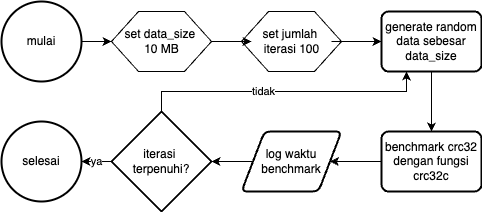
Before: assets/pics/code-flowchart/flowchart_crc32.png, a diagram exported from draw.io (ariqpradipa/skripsi). Source tidied: cells renumbered, new cells last; positions are measured from the earlier drawing's top-left corner, leaving out a move shared by most shapes.
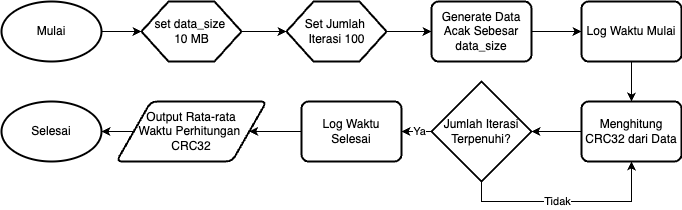
The same file after the commit.

What changed in the source:
```diff
@@ -2,68 +2,83 @@
   <root>
     <mxCell id="0" />
     <mxCell id="1" parent="0" />
-    <mxCell id="2" style="edgeStyle=orthogonalEdgeStyle;rounded=0;jettySize=auto;html=1;" parent="1" edge="1" source="3" target="6">
-      <mxGeometry relative="1" as="geometry" />
-    </mxCell>
-    <mxCell id="3" value="mulai" style="strokeWidth=2;html=1;shape=mxgraph.flowchart.start_2;whiteSpace=wrap;" parent="1" vertex="1">
-      <mxGeometry width="80" height="80" as="geometry" />
-    </mxCell>
-    <mxCell id="4" style="group;" parent="1" vertex="1">
-      <mxGeometry x="110" y="10" width="100" height="60" as="geometry" />
-    </mxCell>
-    <mxCell id="5" style="verticalLabelPosition=bottom;verticalAlign=top;html=1;shape=hexagon;perimeter=hexagonPerimeter2;arcSize=6;size=0.27;" parent="4" vertex="1">
-      <mxGeometry width="100" height="60" as="geometry" />
-    </mxCell>
+    <mxCell id="23" style="edgeStyle=orthogonalEdgeStyle;rounded=0;jettySize=auto;html=1;" parent="1" edge="1" source="24" target="6">
+      <mxGeometry relative="1" as="geometry" />
+    </mxCell>
+    <mxCell id="24" value="Mulai" style="strokeWidth=2;html=1;shape=mxgraph.flowchart.start_1;whiteSpace=wrap;" parent="1" vertex="1">
+      <mxGeometry x="40" y="80" width="100" height="60" as="geometry" />
+    </mxCell>
+    <mxCell id="25" style="group;" parent="1" vertex="1">
+      <mxGeometry x="180" y="80" width="100" height="60" as="geometry" />
+    </mxCell>
+    <mxCell id="26" style="verticalLabelPosition=bottom;verticalAlign=top;html=1;shape=hexagon;perimeter=hexagonPerimeter2;arcSize=6;size=0.27;strokeWidth=2;" parent="25" vertex="1">
+      <mxGeometry width="100" height="60" as="geometry" />
+    </mxCell>
-    <mxCell id="6" value="set data_size&amp;nbsp;&lt;div&gt;10 MB&lt;/div&gt;" style="text;html=1;align=center;verticalAlign=middle;points=[];strokeColor=none;fillColor=none;" parent="4" vertex="1">
+    <mxCell id="6" value="set data_size&amp;nbsp;&lt;div&gt;10 MB&lt;/div&gt;" style="text;html=1;align=center;verticalAlign=middle;points=[];strokeColor=none;fillColor=none;" parent="25" vertex="1">
       <mxGeometry y="10" width="100" height="40" as="geometry" />
     </mxCell>
-    <mxCell id="7" style="group;" parent="1" vertex="1">
-      <mxGeometry x="240" y="10" width="100" height="60" as="geometry" />
-    </mxCell>
-    <mxCell id="8" style="verticalLabelPosition=bottom;verticalAlign=top;html=1;shape=hexagon;perimeter=hexagonPerimeter2;arcSize=6;size=0.27;" parent="7" vertex="1">
-      <mxGeometry width="100" height="60" as="geometry" />
-    </mxCell>
-    <mxCell id="9" value="set jumlah&amp;nbsp;&lt;div&gt;iterasi&amp;nbsp;&lt;span style=&quot;background-color: initial;&quot;&gt;100&lt;/span&gt;&lt;/div&gt;" style="text;html=1;align=center;verticalAlign=middle;points=[];strokeColor=none;fillColor=none;" parent="7" vertex="1">
-      <mxGeometry x="10" y="10" width="80" height="40" as="geometry" />
-    </mxCell>
-    <mxCell id="10" style="edgeStyle=orthogonalEdgeStyle;rounded=0;jettySize=auto;html=1;" parent="1" edge="1" source="11" target="13">
-      <mxGeometry relative="1" as="geometry" />
-    </mxCell>
-    <mxCell id="11" value="generate random data sebesar data_size" style="rounded=1;whiteSpace=wrap;html=1;absoluteArcSize=1;arcSize=14;strokeWidth=2;" parent="1" vertex="1">
-      <mxGeometry x="380" y="10" width="100" height="60" as="geometry" />
-    </mxCell>
-    <mxCell id="12" style="edgeStyle=orthogonalEdgeStyle;rounded=0;jettySize=auto;html=1;" parent="1" edge="1" source="13" target="15">
-      <mxGeometry relative="1" as="geometry" />
-    </mxCell>
-    <mxCell id="13" value="benchmark crc32 dengan fungsi crc32c" style="rounded=1;whiteSpace=wrap;html=1;absoluteArcSize=1;arcSize=14;strokeWidth=2;" parent="1" vertex="1">
-      <mxGeometry x="380" y="130" width="100" height="60" as="geometry" />
-    </mxCell>
-    <mxCell id="14" style="edgeStyle=orthogonalEdgeStyle;rounded=0;jettySize=auto;html=1;" parent="1" edge="1" source="15" target="19">
-      <mxGeometry relative="1" as="geometry" />
-    </mxCell>
-    <mxCell id="15" value="log waktu benchmark" style="shape=parallelogram;html=1;strokeWidth=2;perimeter=parallelogramPerimeter;whiteSpace=wrap;rounded=1;arcSize=12;size=0.23;" parent="1" vertex="1">
-      <mxGeometry x="240" y="130" width="100" height="60" as="geometry" />
-    </mxCell>
-    <mxCell id="16" value="ya" style="edgeStyle=orthogonalEdgeStyle;rounded=0;jettySize=auto;html=1;" parent="1" edge="1" source="19" target="20">
-      <mxGeometry relative="1" as="geometry" />
-    </mxCell>
-    <mxCell id="17" style="edgeStyle=orthogonalEdgeStyle;rounded=0;jettySize=auto;html=1;exitX=0.5;exitY=0;exitDx=0;exitDy=0;exitPerimeter=0;entryX=0.25;entryY=1;entryDx=0;entryDy=0;" parent="1" edge="1" source="19" target="11">
-      <mxGeometry relative="1" as="geometry" />
-    </mxCell>
-    <mxCell id="18" value="tidak" style="edgeLabel;html=1;align=center;verticalAlign=middle;" parent="17" vertex="1">
-      <mxGeometry x="-0.15" relative="1" as="geometry" />
-    </mxCell>
-    <mxCell id="19" value="iterasi&amp;nbsp;&lt;div&gt;terpenuhi?&lt;/div&gt;" style="strokeWidth=2;html=1;shape=mxgraph.flowchart.decision;whiteSpace=wrap;" parent="1" vertex="1">
-      <mxGeometry x="110" y="110" width="100" height="100" as="geometry" />
-    </mxCell>
-    <mxCell id="20" value="selesai" style="strokeWidth=2;html=1;shape=mxgraph.flowchart.start_2;whiteSpace=wrap;" parent="1" vertex="1">
-      <mxGeometry y="120" width="80" height="80" as="geometry" />
-    </mxCell>
-    <mxCell id="21" style="edgeStyle=orthogonalEdgeStyle;rounded=0;jettySize=auto;html=1;" parent="1" edge="1" source="6" target="9">
-      <mxGeometry relative="1" as="geometry" />
-    </mxCell>
-    <mxCell id="22" style="edgeStyle=orthogonalEdgeStyle;rounded=0;jettySize=auto;html=1;" parent="1" edge="1" source="9" target="11">
-      <mxGeometry relative="1" as="geometry" />
-    </mxCell>
+    <mxCell id="27" style="group;" parent="1" vertex="1">
+      <mxGeometry x="325" y="80" width="100" height="60" as="geometry" />
+    </mxCell>
+    <mxCell id="28" style="verticalLabelPosition=bottom;verticalAlign=top;html=1;shape=hexagon;perimeter=hexagonPerimeter2;arcSize=6;size=0.27;strokeWidth=2;" parent="27" vertex="1">
+      <mxGeometry width="100" height="60" as="geometry" />
+    </mxCell>
+    <mxCell id="29" value="Set Jumlah&amp;nbsp;&lt;div&gt;Iterasi 100&lt;/div&gt;" style="text;html=1;align=center;verticalAlign=middle;strokeColor=none;fillColor=none;" parent="27" vertex="1">
+      <mxGeometry x="5" y="10" width="90" height="40" as="geometry" />
+    </mxCell>
+    <mxCell id="30" style="edgeStyle=orthogonalEdgeStyle;rounded=0;jettySize=auto;html=1;" parent="1" edge="1" source="31" target="35">
+      <mxGeometry relative="1" as="geometry" />
+    </mxCell>
+    <mxCell id="31" value="Log Waktu Mulai" style="rounded=1;whiteSpace=wrap;html=1;absoluteArcSize=1;arcSize=14;strokeWidth=2;" parent="1" vertex="1">
+      <mxGeometry x="620" y="80" width="100" height="60" as="geometry" />
+    </mxCell>
+    <mxCell id="32" style="edgeStyle=orthogonalEdgeStyle;rounded=0;jettySize=auto;html=1;" parent="1" edge="1" source="33" target="31">
+      <mxGeometry relative="1" as="geometry" />
+    </mxCell>
+    <mxCell id="33" value="Generate Data Acak Sebesar data_size" style="rounded=1;whiteSpace=wrap;html=1;absoluteArcSize=1;arcSize=14;strokeWidth=2;" parent="1" vertex="1">
+      <mxGeometry x="470" y="80" width="100" height="60" as="geometry" />
+    </mxCell>
+    <mxCell id="34" style="edgeStyle=orthogonalEdgeStyle;rounded=0;jettySize=auto;html=1;" parent="1" edge="1" source="35" target="40">
+      <mxGeometry relative="1" as="geometry" />
+    </mxCell>
+    <mxCell id="35" value="Menghitung CRC32 dari Data" style="rounded=1;whiteSpace=wrap;html=1;absoluteArcSize=1;arcSize=14;strokeWidth=2;" parent="1" vertex="1">
+      <mxGeometry x="620" y="180" width="100" height="60" as="geometry" />
+    </mxCell>
+    <mxCell id="36" style="edgeStyle=orthogonalEdgeStyle;rounded=0;jettySize=auto;html=1;" parent="1" edge="1" source="40" target="42">
+      <mxGeometry relative="1" as="geometry" />
+    </mxCell>
+    <mxCell id="37" value="Ya" style="edgeLabel;html=1;align=center;verticalAlign=middle;" parent="36" vertex="1">
+      <mxGeometry x="0.1" relative="1" as="geometry" />
+    </mxCell>
+    <mxCell id="38" style="edgeStyle=orthogonalEdgeStyle;rounded=0;jettySize=auto;html=1;exitX=0.5;exitY=1;exitDx=0;exitDy=0;exitPerimeter=0;entryX=0.5;entryY=1;entryDx=0;entryDy=0;" parent="1" edge="1" source="40" target="35">
+      <mxGeometry relative="1" as="geometry" />
+    </mxCell>
+    <mxCell id="39" value="Tidak" style="edgeLabel;html=1;align=center;verticalAlign=middle;" parent="38" vertex="1">
+      <mxGeometry x="-0.1" relative="1" as="geometry" />
+    </mxCell>
+    <mxCell id="40" value="Jumlah Iterasi Terpenuhi?" style="strokeWidth=2;html=1;shape=mxgraph.flowchart.decision;whiteSpace=wrap;" parent="1" vertex="1">
+      <mxGeometry x="470" y="160" width="100" height="100" as="geometry" />
+    </mxCell>
+    <mxCell id="41" style="edgeStyle=orthogonalEdgeStyle;rounded=0;jettySize=auto;html=1;" parent="1" edge="1" source="42" target="44">
+      <mxGeometry relative="1" as="geometry" />
+    </mxCell>
+    <mxCell id="42" value="Log Waktu Selesai" style="rounded=1;whiteSpace=wrap;html=1;absoluteArcSize=1;arcSize=14;strokeWidth=2;" parent="1" vertex="1">
+      <mxGeometry x="340" y="180" width="100" height="60" as="geometry" />
+    </mxCell>
+    <mxCell id="43" style="edgeStyle=orthogonalEdgeStyle;rounded=0;jettySize=auto;html=1;" parent="1" edge="1" source="44" target="45">
+      <mxGeometry relative="1" as="geometry" />
+    </mxCell>
+    <mxCell id="44" value="Output Rata-rata&lt;div&gt;Waktu Perhitungan&amp;nbsp;&lt;/div&gt;&lt;div&gt;CRC32&lt;/div&gt;" style="shape=parallelogram;html=1;strokeWidth=2;perimeter=parallelogramPerimeter;whiteSpace=wrap;rounded=1;arcSize=12;size=0.23;" parent="1" vertex="1">
+      <mxGeometry x="155" y="180" width="150" height="60" as="geometry" />
+    </mxCell>
+    <mxCell id="45" value="Selesai" style="strokeWidth=2;html=1;shape=mxgraph.flowchart.start_1;whiteSpace=wrap;" parent="1" vertex="1">
+      <mxGeometry x="40" y="180" width="100" height="60" as="geometry" />
+    </mxCell>
+    <mxCell id="46" style="edgeStyle=orthogonalEdgeStyle;rounded=0;jettySize=auto;html=1;exitX=1;exitY=0.5;exitDx=0;exitDy=0;entryX=0;entryY=0.5;entryDx=0;entryDy=0;" parent="1" edge="1" source="26" target="28">
+      <mxGeometry relative="1" as="geometry" />
+    </mxCell>
+    <mxCell id="47" style="edgeStyle=orthogonalEdgeStyle;rounded=0;jettySize=auto;html=1;exitX=1;exitY=0.5;exitDx=0;exitDy=0;entryX=0;entryY=0.5;entryDx=0;entryDy=0;" parent="1" edge="1" source="28" target="33">
+      <mxGeometry relative="1" as="geometry" />
+    </mxCell>
   </root>
 </mxGraphModel>
```
